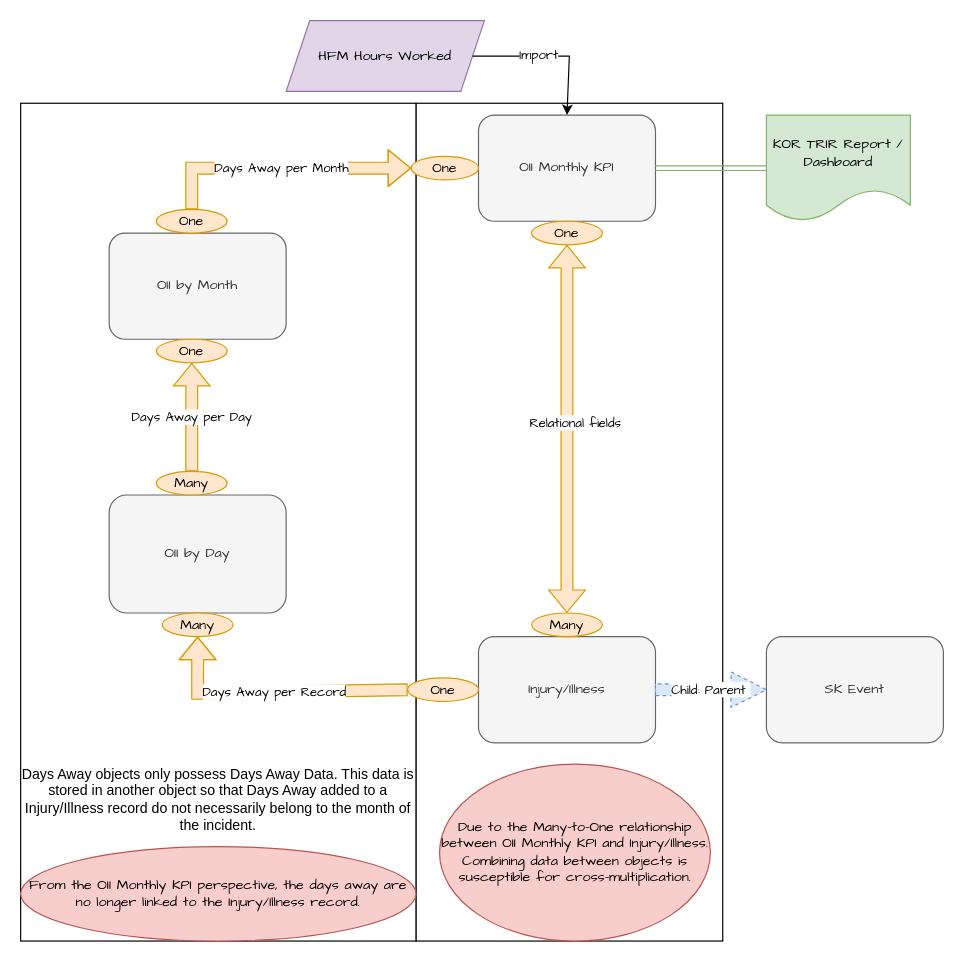
MassiveSnake/draw_io_flowcharts keeps this draw.io diagram as page "Page-1" (1 of 5) of Untitled Diagram.drawio. Above is the earlier version. Source tidied: cells renumbered, new cells numbered last; positions are measured from the earlier drawing's top-left corner, leaving out a move shared by most shapes. Both pictures are drawn from the tidied source at 118%, with x=0, y=0 at pixel (20, 20).
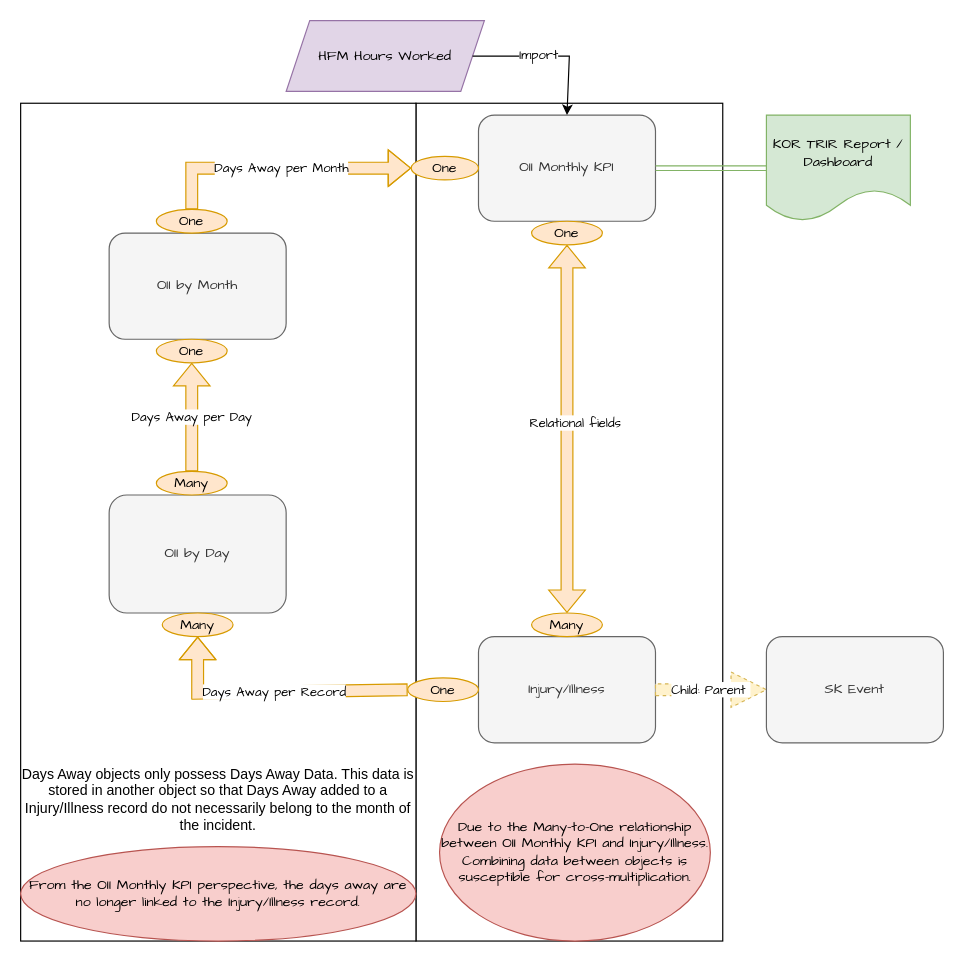
The same diagram, later.

Unchanged cells that the change refers to:
```xml
<mxCell id="4" value="Injury/Illness" style="rounded=1;whiteSpace=wrap;html=1;fontFamily=Comic Sans MS;fillColor=#f5f5f5;strokeColor=#666666;fontColor=#333333;" parent="1" vertex="1">
  <mxGeometry x="388" y="522" width="150" height="90" as="geometry" />
</mxCell>
<mxCell id="23" value="SK Event" style="rounded=1;whiteSpace=wrap;html=1;fontFamily=Comic Sans MS;fillColor=#f5f5f5;strokeColor=#666666;fontColor=#333333;" parent="1" vertex="1">
  <mxGeometry x="632" y="522" width="150" height="90" as="geometry" />
</mxCell>
```

Change to the diagram source:
```diff
@@
-    <mxCell id="22" value="&lt;font face=&quot;Comic Sans MS&quot;&gt;Child: Parent&amp;nbsp;&lt;/font&gt;" style="endArrow=none;dashed=1;html=1;rounded=0;exitX=1;exitY=0.5;exitDx=0;exitDy=0;entryX=0;entryY=0.5;entryDx=0;entryDy=0;shape=arrow;fillColor=#dae8fc;strokeColor=#6c8ebf;" parent="1" edge="1" source="4" target="23">
+    <mxCell id="22" value="&lt;font face=&quot;Comic Sans MS&quot;&gt;Child: Parent&amp;nbsp;&lt;/font&gt;" style="endArrow=none;dashed=1;html=1;rounded=0;exitX=1;exitY=0.5;exitDx=0;exitDy=0;entryX=0;entryY=0.5;entryDx=0;entryDy=0;shape=arrow;fillColor=#fff2cc;strokeColor=#d6b656;" parent="1" edge="1" source="4" target="23">
       <mxGeometry relative="1" as="geometry" />
     </mxCell>
```
